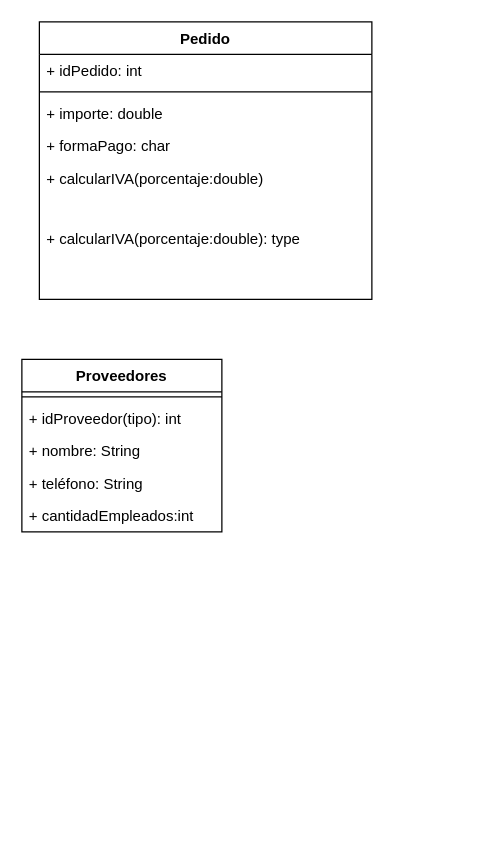
This is Diagrama sin título.drawio from cohet3/Diagramas, a draw.io file, before an edit. Source tidied: cells renumbered, new cells numbered last; positions are measured from the earlier drawing's top-left corner, leaving out a move shared by most shapes. Both pictures are drawn from the tidied source at 125%, with x=0, y=0 at pixel (21, 21).
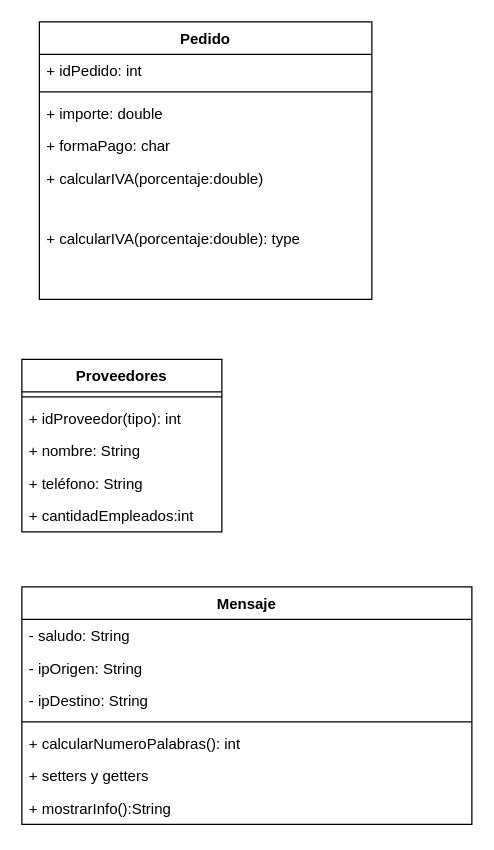
The same diagram, later.

Diff of the diagram source:
```diff
@@
+    <mxCell id="15" value="Mensaje" style="swimlane;fontStyle=1;align=center;verticalAlign=top;horizontal=1;startSize=26;whiteSpace=wrap;html=1;" parent="1" vertex="1">
+      <mxGeometry y="452" width="360" height="190" as="geometry" />
+    </mxCell>
+    <mxCell id="16" value="- saludo: String" style="text;strokeColor=none;fillColor=none;align=left;verticalAlign=top;spacingLeft=4;spacingRight=4;overflow=hidden;whiteSpace=wrap;html=1;" parent="15" vertex="1">
+      <mxGeometry y="26" width="360" height="26" as="geometry" />
+    </mxCell>
+    <mxCell id="17" value="- ipOrigen: String" style="text;strokeColor=none;fillColor=none;align=left;verticalAlign=top;spacingLeft=4;spacingRight=4;overflow=hidden;whiteSpace=wrap;html=1;" parent="15" vertex="1">
+      <mxGeometry y="52" width="360" height="26" as="geometry" />
+    </mxCell>
+    <mxCell id="18" value="- ipDestino: String" style="text;strokeColor=none;fillColor=none;align=left;verticalAlign=top;spacingLeft=4;spacingRight=4;overflow=hidden;whiteSpace=wrap;html=1;" parent="15" vertex="1">
+      <mxGeometry y="78" width="360" height="26" as="geometry" />
+    </mxCell>
+    <mxCell id="19" style="line;strokeWidth=1;fillColor=none;align=left;verticalAlign=middle;spacingTop=-1;spacingLeft=3;spacingRight=3;labelPosition=right;strokeColor=inherit;" parent="15" vertex="1">
+      <mxGeometry y="104" width="360" height="8" as="geometry" />
+    </mxCell>
+    <mxCell id="20" value="+ calcularNumeroPalabras(): int" style="text;strokeColor=none;fillColor=none;align=left;verticalAlign=top;spacingLeft=4;spacingRight=4;overflow=hidden;whiteSpace=wrap;html=1;" parent="15" vertex="1">
+      <mxGeometry y="112" width="360" height="26" as="geometry" />
+    </mxCell>
+    <mxCell id="21" value="+ setters y getters" style="text;strokeColor=none;fillColor=none;align=left;verticalAlign=top;spacingLeft=4;spacingRight=4;overflow=hidden;whiteSpace=wrap;html=1;" parent="15" vertex="1">
+      <mxGeometry y="138" width="360" height="26" as="geometry" />
+    </mxCell>
+    <mxCell id="22" value="+ mostrarInfo():String" style="text;strokeColor=none;fillColor=none;align=left;verticalAlign=top;spacingLeft=4;spacingRight=4;overflow=hidden;whiteSpace=wrap;html=1;" parent="15" vertex="1">
+      <mxGeometry y="164" width="360" height="26" as="geometry" />
+    </mxCell>
```
